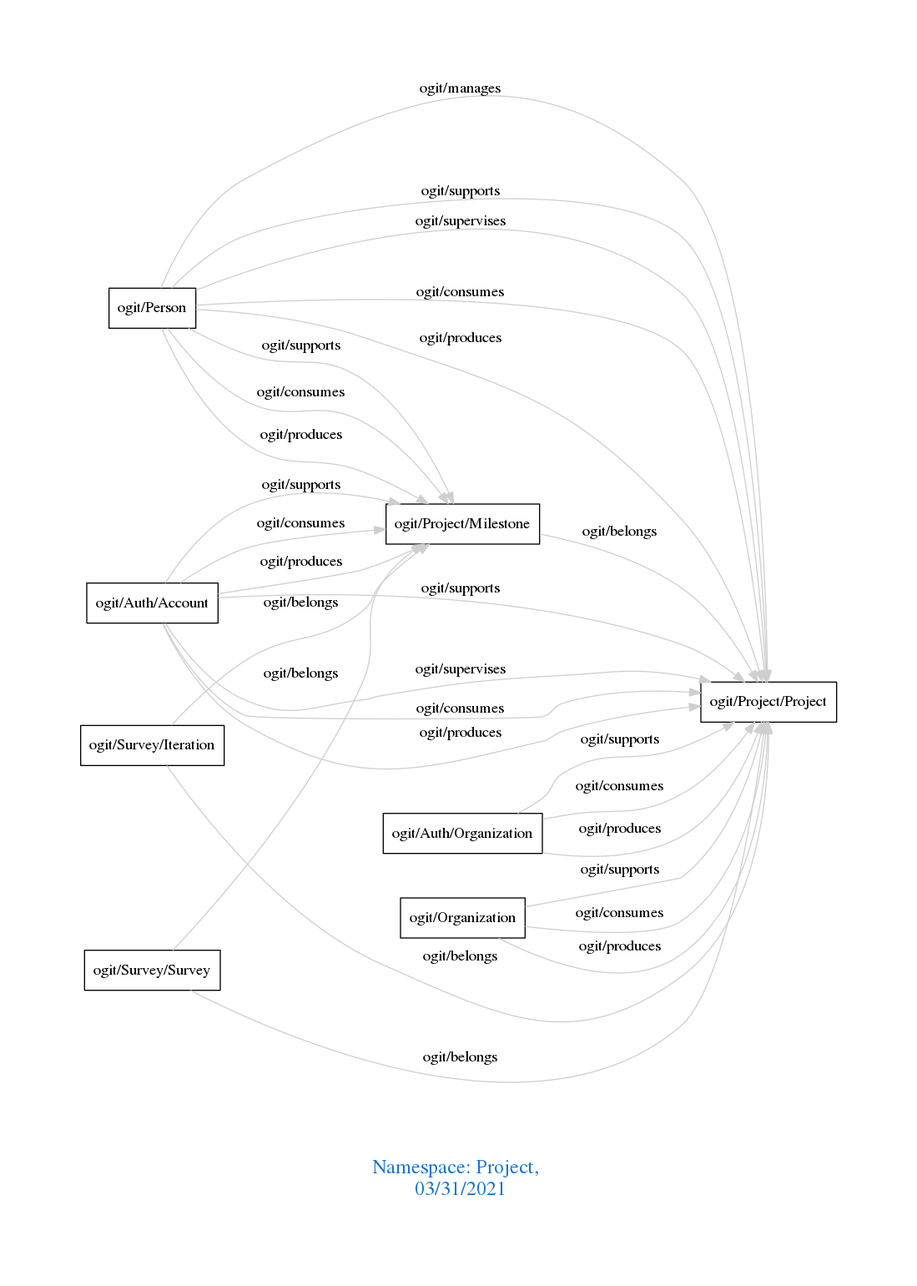
This is downloads/Project.png from arago/OGIT, a Graphviz export, as it was before one commit. Its source is kept beside it as downloads/Project.dot.
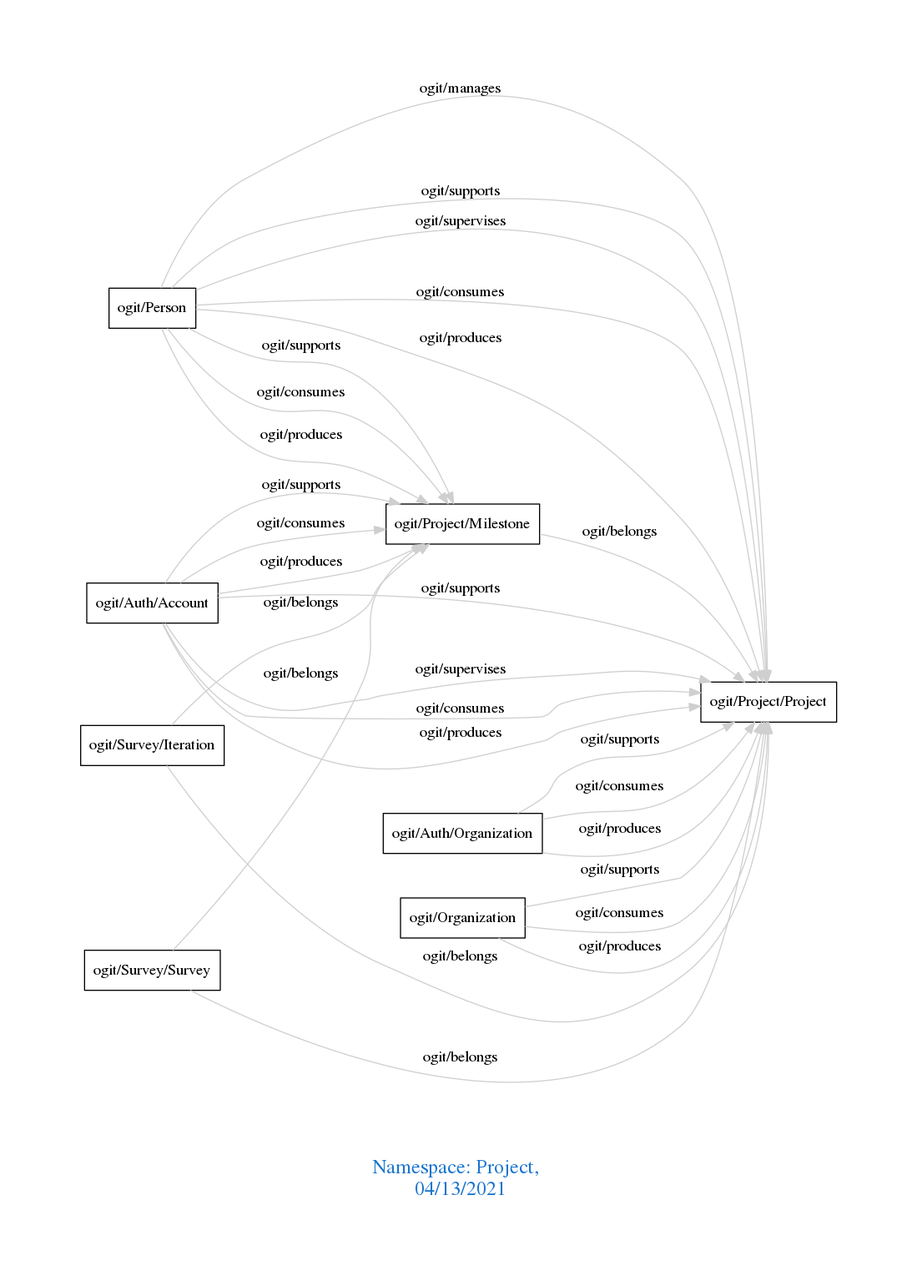
Above is the later version.

Diff of the diagram source:
```diff
@@ -1,7 +1,7 @@
 digraph OGIT_ontology {
  graph [ rankdir= LR,pad=1
 fontsize = 18,
-fontcolor= dodgerblue3,label = "\n\n\nNamespace: Project, \n 03/31/2021"];
+fontcolor= dodgerblue3,label = "\n\n\nNamespace: Project, \n 04/13/2021"];
 node[shape=polygon];
 edge [  color="gray81"];
 
```
